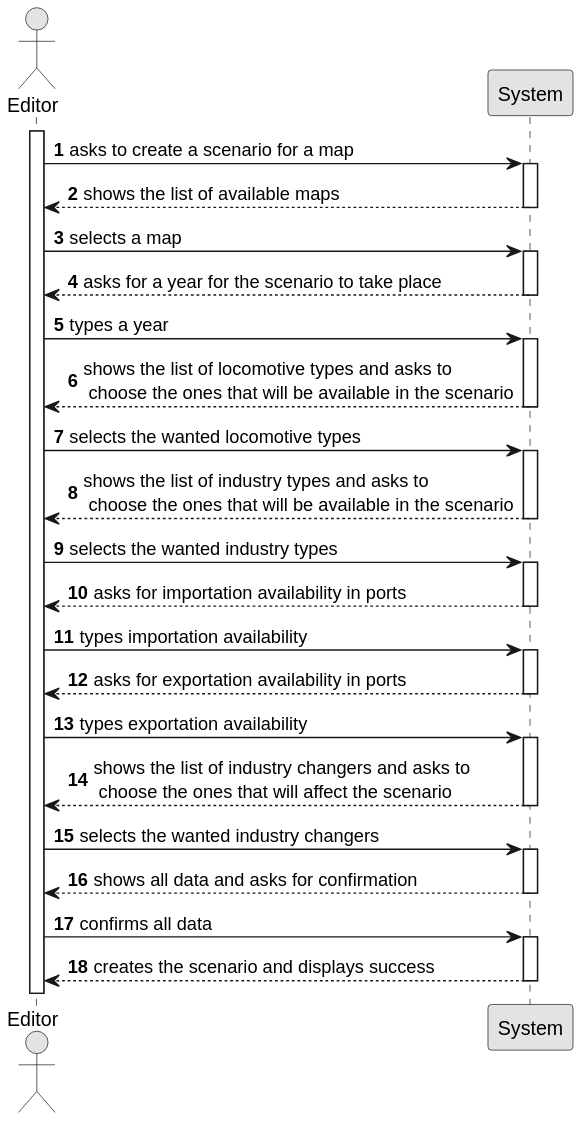
Above: Sprint3/US004/01.requirements-engineering/svg/US004-SSD.svg in 1240935/pi2-railway-simulator (PlantUML), before the change.
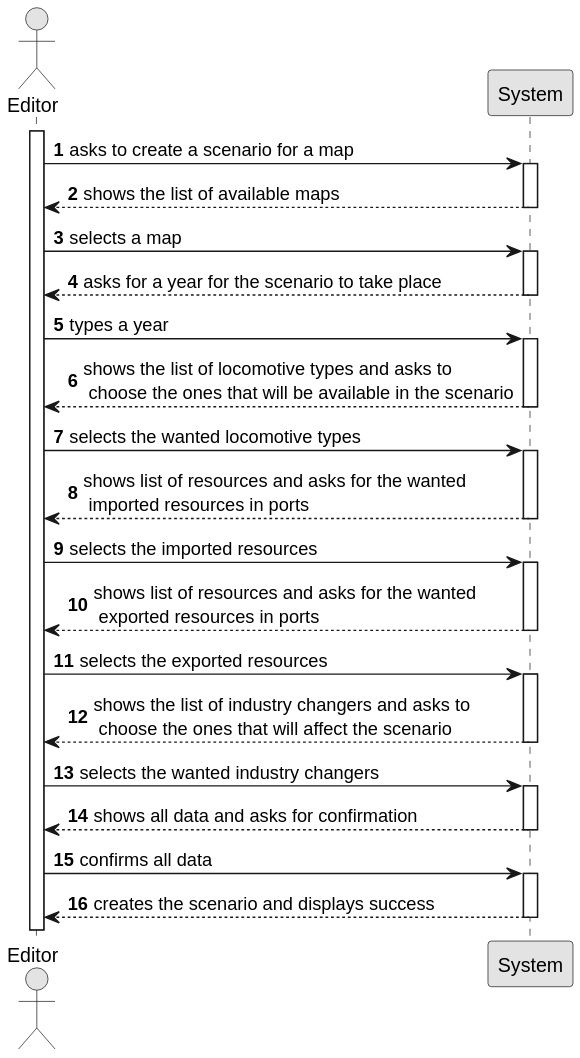
The same file after the commit.

Diff of the diagram source:
```diff
@@ -31,22 +31,16 @@
     Employee -> System : selects the wanted locomotive types
     activate System
 
-    System --> Employee : shows the list of industry types and asks to \n choose the ones that will be available in the scenario
+    System --> Employee : shows list of resources and asks for the wanted \n imported resources in ports
     deactivate System
 
-    Employee -> System : selects the wanted industry types
+    Employee -> System : selects the imported resources
     activate System
 
-    System --> Employee : asks for importation availability in ports
-    deactivate System
-
-    Employee -> System :  types importation availability
-    activate System
-
-    System --> Employee : asks for exportation availability in ports
+    System --> Employee : shows list of resources and asks for the wanted \n exported resources in ports
         deactivate System
 
-        Employee -> System : types exportation availability
+        Employee -> System : selects the exported resources
         activate System
 
     System --> Employee : shows the list of industry changers and asks to \n choose the ones that will affect the scenario
```
